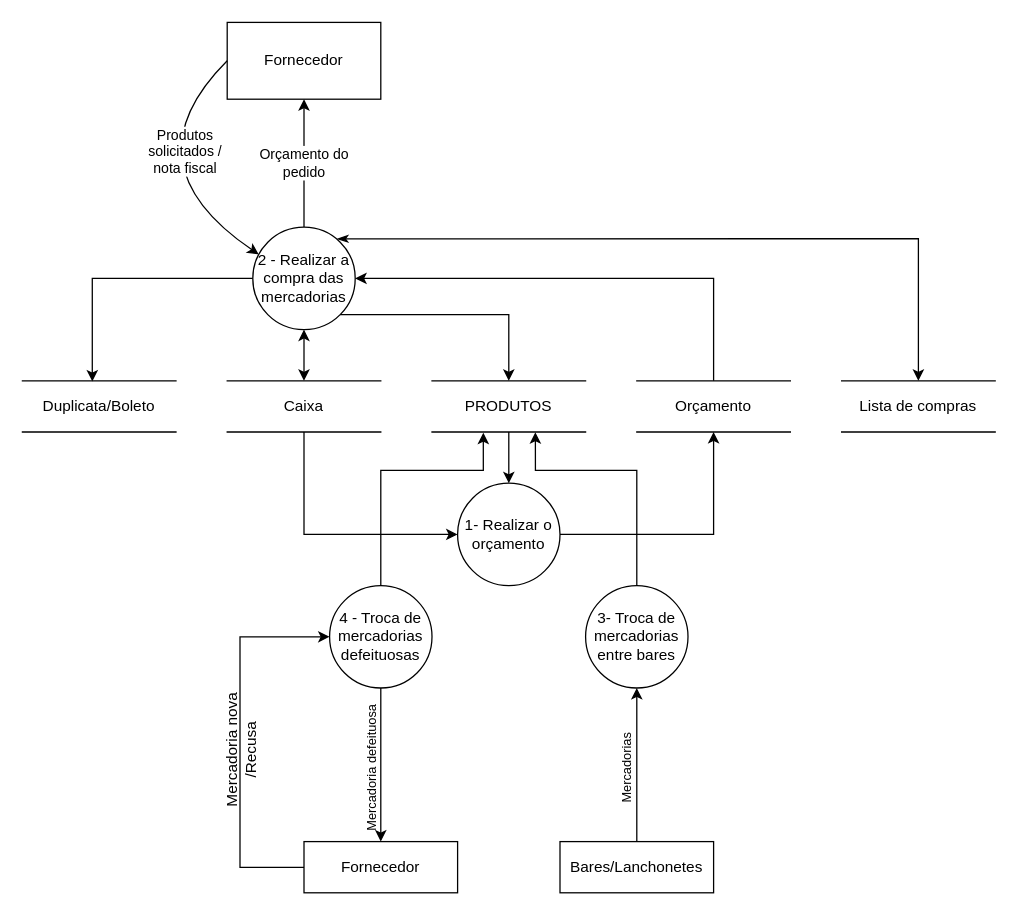
Above: docs/ARTEFATOS(15-23)/COMPRAR_PRODUTOS/DFD_COMPRAR_PRODUTOS.drawio in Darienzo08/ope_ads (draw.io), before the change. Source tidied: cells renumbered, new cells numbered last; positions are measured from the earlier drawing's top-left corner, leaving out a move shared by most shapes. Both pictures are drawn from the tidied source at 128%, with x=0, y=0 at pixel (22, 22).
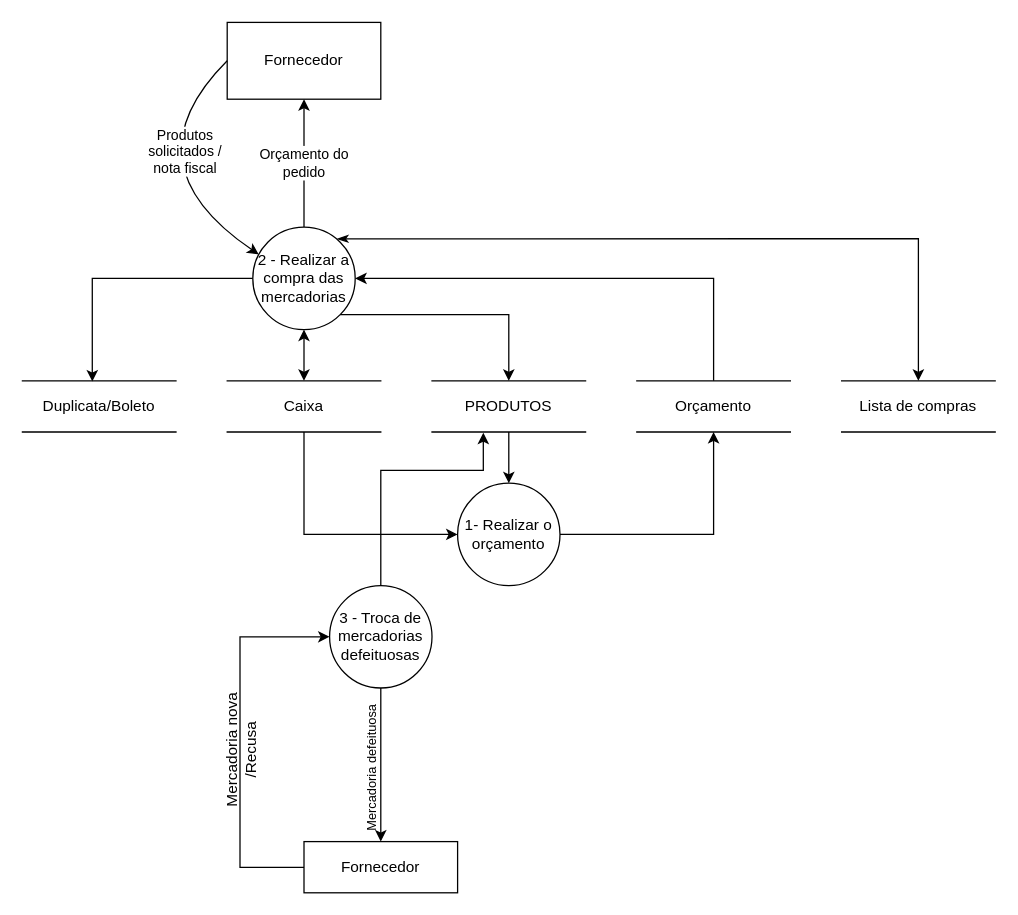
Above is the later version.

The change refers to these unchanged cells:
```xml
<mxCell id="14" value="PRODUTOS" style="shape=partialRectangle;whiteSpace=wrap;html=1;left=0;right=0;fillColor=none;" parent="1" vertex="1">
  <mxGeometry x="320" y="280" width="120" height="40" as="geometry" />
</mxCell>
```

What changed in the source:
```diff
@@
-    <mxCell id="9" style="edgeStyle=orthogonalEdgeStyle;rounded=0;jettySize=auto;html=1;startArrow=none;startFill=0;entryX=0.673;entryY=1.005;entryDx=0;entryDy=0;entryPerimeter=0;" parent="1" edge="1" source="10" target="14">
-      <mxGeometry relative="1" as="geometry">
-        <Array as="points">
-          <mxPoint x="480" y="350" />
-          <mxPoint x="401" y="350" />
-        </Array>
-      </mxGeometry>
-    </mxCell>
-    <mxCell id="10" value="3- Troca de mercadorias entre bares" style="ellipse;whiteSpace=wrap;html=1;" parent="1" vertex="1">
-      <mxGeometry x="440" y="440" width="80" height="80" as="geometry" />
-    </mxCell>
@@
-    <mxCell id="12" value="4 - Troca de mercadorias defeituosas" style="ellipse;whiteSpace=wrap;html=1;" parent="1" vertex="1">
+    <mxCell id="12" value="3 - Troca de mercadorias defeituosas" style="ellipse;whiteSpace=wrap;html=1;" parent="1" vertex="1">
       <mxGeometry x="240" y="440" width="80" height="80" as="geometry" />
     </mxCell>
@@
-    <mxCell id="20" style="edgeStyle=orthogonalEdgeStyle;rounded=0;jettySize=auto;html=1;startArrow=none;startFill=0;" parent="1" edge="1" source="21" target="10">
-      <mxGeometry relative="1" as="geometry" />
-    </mxCell>
-    <mxCell id="21" value="Bares/Lanchonetes" style="rounded=0;whiteSpace=wrap;html=1;" parent="1" vertex="1">
-      <mxGeometry x="420" y="640" width="120" height="40" as="geometry" />
-    </mxCell>
@@
-    <mxCell id="25" value="&lt;font style=&quot;font-size: 10px&quot;&gt;Mercadorias&lt;br style=&quot;font-size: 10px&quot;&gt;&lt;/font&gt;" style="text;html=1;strokeColor=none;fillColor=none;align=center;verticalAlign=middle;whiteSpace=wrap;rounded=0;rotation=-90;fontSize=10;" parent="1" vertex="1">
-      <mxGeometry x="419" y="572.5" width="105" height="20" as="geometry" />
-    </mxCell>
```
